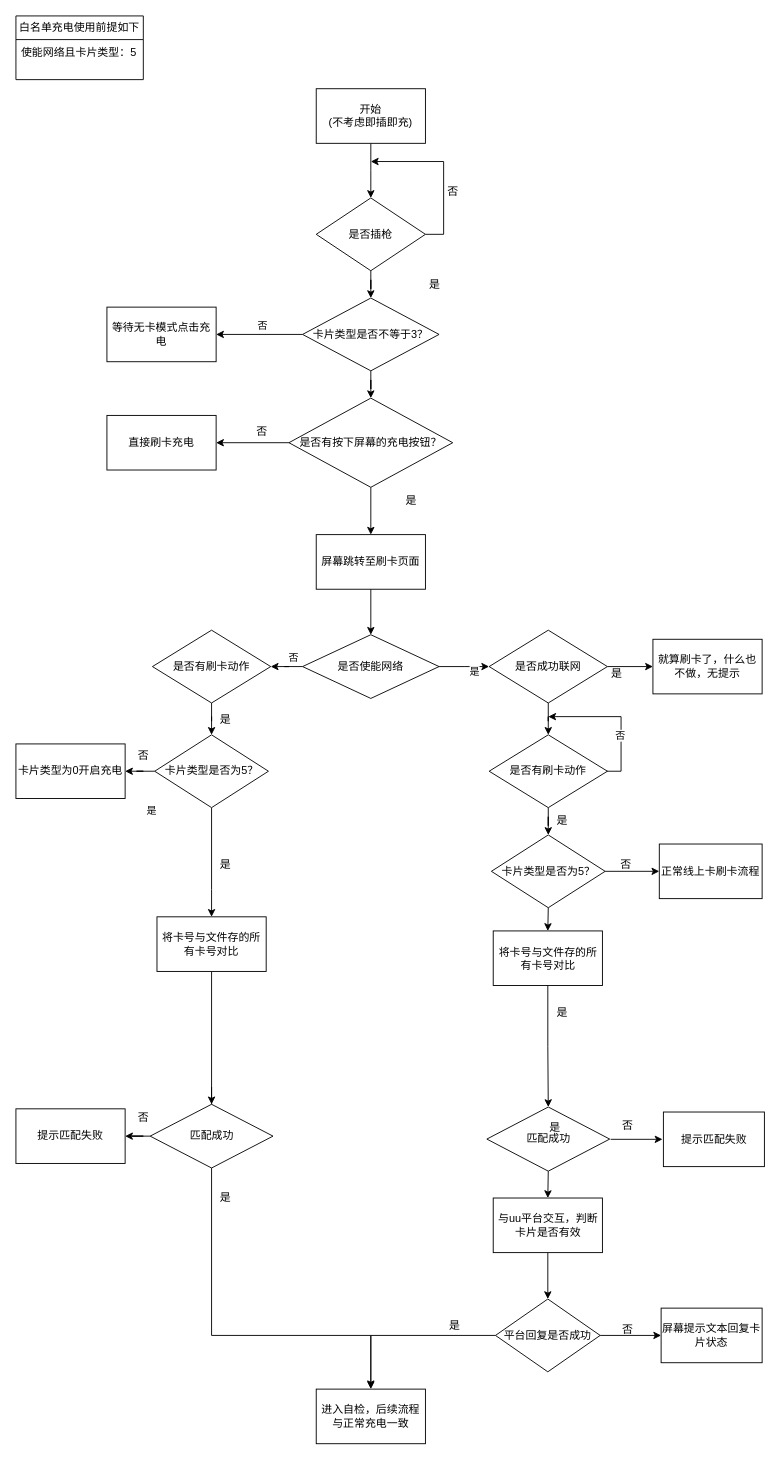
FaithZoro/DrawioFile keeps this draw.io diagram as 白名单充电.drawio. Above is the earlier version. Source tidied: cells renumbered, new cells numbered last; positions are measured from the earlier drawing's top-left corner, leaving out a move shared by most shapes. Both pictures are drawn from the tidied source at 91%, with x=0, y=0 at pixel (15, 15).
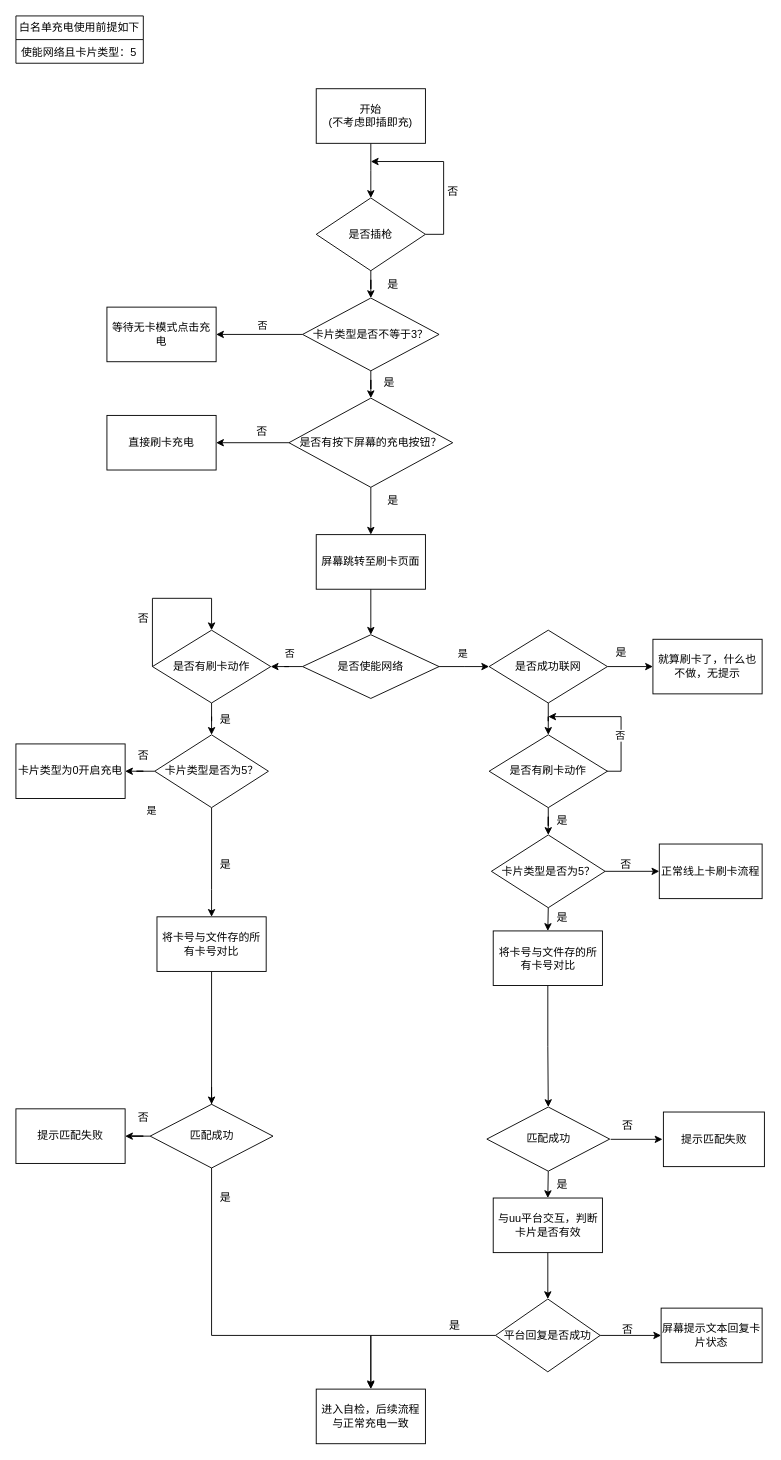
The same page after the edit.

Commit message:
更新白名单充电.drawio

The change refers to these unchanged cells:
```xml
<mxCell id="24" style="edgeStyle=orthogonalEdgeStyle;rounded=0;jettySize=auto;html=1;" parent="1" edge="1" source="28">
  <mxGeometry relative="1" as="geometry">
    <mxPoint x="520" y="715" as="targetPoint" />
  </mxGeometry>
</mxCell>
<mxCell id="26" style="edgeStyle=orthogonalEdgeStyle;rounded=0;jettySize=auto;html=1;entryX=1;entryY=0.5;entryDx=0;entryDy=0;" parent="1" edge="1" source="28" target="30">
  <mxGeometry relative="1" as="geometry" />
</mxCell>
<mxCell id="30" value="是否有刷卡动作" style="rhombus;whiteSpace=wrap;html=1;" parent="1" vertex="1">
  <mxGeometry x="150" y="675" width="130" height="80" as="geometry" />
</mxCell>
```

Change to the diagram source:
```diff
@@
     <mxCell id="4" value="白名单充电使用前提如下" style="swimlane;fontStyle=0;horizontal=1;startSize=26;fillColor=none;whiteSpace=wrap;html=1;" parent="1" vertex="1">
-      <mxGeometry width="140" height="70" as="geometry" />
+      <mxGeometry width="140" height="52" as="geometry" />
     </mxCell>
     <mxCell id="5" value="使能网络且卡片类型：5" style="text;strokeColor=none;fillColor=none;align=left;verticalAlign=top;spacingLeft=4;spacingRight=4;overflow=hidden;whiteSpace=wrap;html=1;" parent="4" vertex="1">
-      <mxGeometry y="26" width="140" height="44" as="geometry" />
+      <mxGeometry y="26" width="140" height="26" as="geometry" />
     </mxCell>
@@
     <mxCell id="10" value="是" style="text;html=1;align=center;verticalAlign=middle;strokeColor=none;fillColor=none;" parent="1" vertex="1">
-      <mxGeometry x="440" y="280" width="40" height="30" as="geometry" />
+      <mxGeometry x="394" y="280" width="40" height="30" as="geometry" />
     </mxCell>
@@
     <mxCell id="15" value="是" style="text;html=1;align=center;verticalAlign=middle;strokeColor=none;fillColor=none;" parent="1" vertex="1">
-      <mxGeometry x="414" y="518" width="40" height="30" as="geometry" />
+      <mxGeometry x="394" y="518" width="40" height="30" as="geometry" />
     </mxCell>
@@
     <mxCell id="25" value="是" style="edgeLabel;html=1;align=center;verticalAlign=middle;" parent="24" vertex="1">
       <mxGeometry x="-0.39" y="-1" relative="1" as="geometry">
-        <mxPoint x="21" y="4" as="offset" />
+        <mxPoint x="8" y="-16" as="offset" />
       </mxGeometry>
     </mxCell>
@@
     <mxCell id="27" value="否" style="edgeLabel;html=1;align=center;verticalAlign=middle;" parent="26" vertex="1">
       <mxGeometry x="-0.02" y="-4" relative="1" as="geometry">
-        <mxPoint x="7" y="-15" as="offset" />
+        <mxPoint x="3" y="-19" as="offset" />
       </mxGeometry>
     </mxCell>
@@
+    <mxCell id="80" style="edgeStyle=orthogonalEdgeStyle;rounded=0;orthogonalLoop=1;jettySize=auto;html=1;exitX=0;exitY=0.5;exitDx=0;exitDy=0;entryX=0.5;entryY=0;entryDx=0;entryDy=0;" parent="1" edge="1" source="30" target="30">
+      <mxGeometry relative="1" as="geometry">
+        <Array as="points">
+          <mxPoint x="150" y="640" />
+          <mxPoint x="215" y="640" />
+        </Array>
+      </mxGeometry>
+    </mxCell>
@@
     <mxCell id="51" value="是" style="text;html=1;align=center;verticalAlign=middle;strokeColor=none;fillColor=none;" parent="1" vertex="1">
-      <mxGeometry x="640" y="708" width="40" height="30" as="geometry" />
+      <mxGeometry x="644.5" y="685" width="40" height="30" as="geometry" />
     </mxCell>
@@
-    <mxCell id="76" value="是" style="text;html=1;align=center;verticalAlign=middle;strokeColor=none;fillColor=none;" parent="1" vertex="1">
-      <mxGeometry x="580" y="1080.5" width="40" height="30" as="geometry" />
-    </mxCell>
-    <mxCell id="77" value="是" style="text;html=1;align=center;verticalAlign=middle;strokeColor=none;fillColor=none;" parent="1" vertex="1">
-      <mxGeometry x="572" y="1207" width="40" height="30" as="geometry" />
-    </mxCell>
@@
+    <mxCell id="81" value="是" style="text;html=1;align=center;verticalAlign=middle;strokeColor=none;fillColor=none;" parent="1" vertex="1">
+      <mxGeometry x="580" y="1269.5" width="40" height="30" as="geometry" />
+    </mxCell>
+    <mxCell id="82" value="否" style="text;html=1;align=center;verticalAlign=middle;strokeColor=none;fillColor=none;" parent="1" vertex="1">
+      <mxGeometry x="120" y="648" width="40" height="30" as="geometry" />
+    </mxCell>
+    <mxCell id="83" value="是" style="text;html=1;align=center;verticalAlign=middle;strokeColor=none;fillColor=none;" parent="1" vertex="1">
+      <mxGeometry x="580" y="975.5" width="40" height="30" as="geometry" />
+    </mxCell>
+    <mxCell id="84" value="是" style="text;html=1;align=center;verticalAlign=middle;strokeColor=none;fillColor=none;" parent="1" vertex="1">
+      <mxGeometry x="390" y="388" width="40" height="30" as="geometry" />
+    </mxCell>
```
